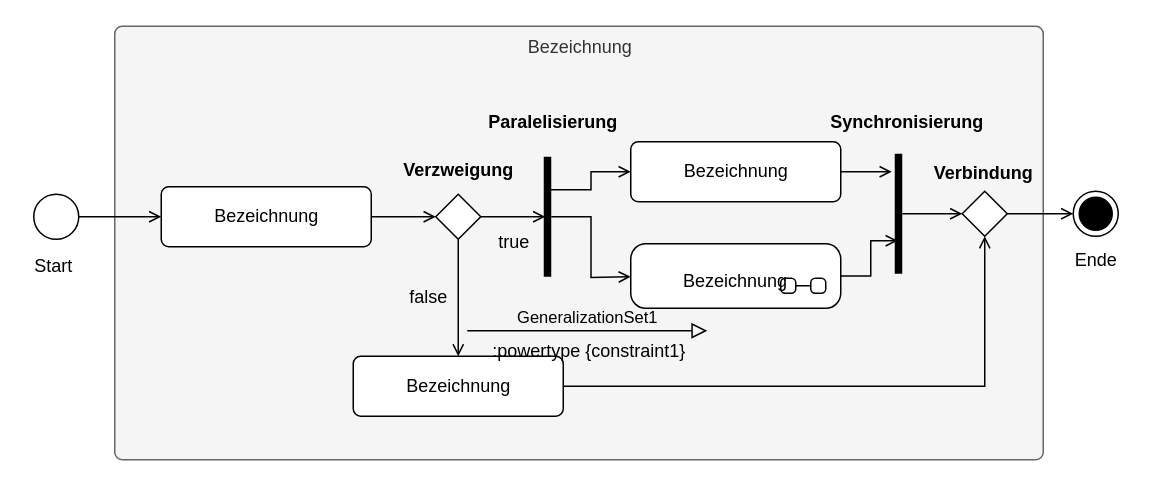
HerrLoesch/UMLite keeps this draw.io diagram as page "Darstellungselement" (1 of 2) of images/rawimages/Aktivitätsdiagramm.drawio. Above is the earlier version. Source tidied: cells renumbered, new cells numbered last; positions are measured from the earlier drawing's top-left corner, leaving out a move shared by most shapes. Both pictures are drawn from the tidied source at 150%, with x=0, y=0 at pixel (26, 26).
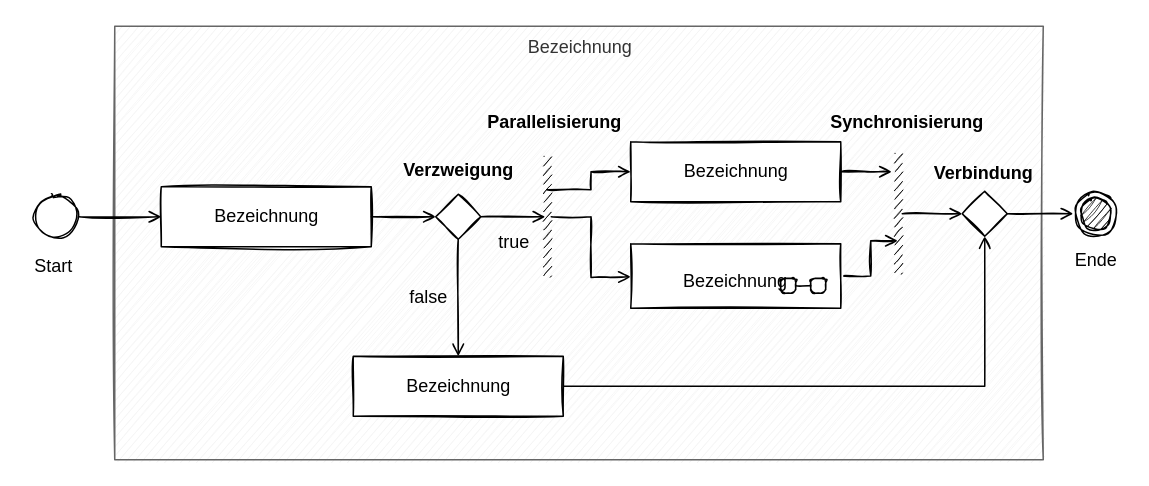
Above is the later version.

Diff of the diagram source:
```diff
@@
-    <mxCell id="2" value="Bezeichnung" style="html=1;align=center;verticalAlign=top;rounded=1;absoluteArcSize=1;arcSize=10;dashed=0;fillColor=#f5f5f5;strokeColor=#666666;fontColor=#333333;" parent="1" vertex="1">
+    <mxCell id="2" value="Bezeichnung" style="html=1;align=center;verticalAlign=top;rounded=0;absoluteArcSize=1;arcSize=10;dashed=0;fillColor=#f5f5f5;strokeColor=#666666;fontColor=#333333;sketch=1;" parent="1" vertex="1">
       <mxGeometry x="59" width="619" height="289" as="geometry" />
     </mxCell>
-    <mxCell id="3" style="edgeStyle=orthogonalEdgeStyle;rounded=0;jettySize=auto;html=1;endArrow=open;endFill=0;" parent="1" edge="1" source="4" target="9">
+    <mxCell id="3" style="edgeStyle=orthogonalEdgeStyle;rounded=0;jettySize=auto;html=1;endArrow=open;endFill=0;sketch=1;" parent="1" edge="1" source="4" target="9">
       <mxGeometry relative="1" as="geometry" />
     </mxCell>
-    <mxCell id="4" style="ellipse;fillColor=#ffffff;strokeColor=#000000;" parent="1" vertex="1">
+    <mxCell id="4" style="ellipse;fillColor=#ffffff;strokeColor=#000000;sketch=1;rounded=0;" parent="1" vertex="1">
       <mxGeometry x="5" y="112" width="30" height="30" as="geometry" />
     </mxCell>
-    <mxCell id="5" value="Start" style="text;html=1;align=center;verticalAlign=middle;strokeColor=none;fillColor=none;" parent="1" vertex="1">
+    <mxCell id="5" value="Start" style="text;html=1;align=center;verticalAlign=middle;strokeColor=none;fillColor=none;sketch=1;rounded=0;" parent="1" vertex="1">
       <mxGeometry y="151" width="35" height="18" as="geometry" />
     </mxCell>
-    <mxCell id="6" style="ellipse;html=1;shape=endState;fillColor=#000000;strokeColor=#000000;" parent="1" vertex="1">
+    <mxCell id="6" style="ellipse;html=1;shape=endState;fillColor=#000000;strokeColor=#000000;sketch=1;rounded=0;" parent="1" vertex="1">
       <mxGeometry x="698" y="110" width="30" height="30" as="geometry" />
     </mxCell>
-    <mxCell id="7" value="Ende" style="text;html=1;align=center;verticalAlign=middle;strokeColor=none;fillColor=none;" parent="1" vertex="1">
+    <mxCell id="7" value="Ende" style="text;html=1;align=center;verticalAlign=middle;strokeColor=none;fillColor=none;sketch=1;rounded=0;" parent="1" vertex="1">
       <mxGeometry x="694" y="147" width="38" height="18" as="geometry" />
     </mxCell>
-    <mxCell id="8" style="edgeStyle=orthogonalEdgeStyle;rounded=0;jettySize=auto;html=1;entryX=0;entryY=0.5;entryDx=0;entryDy=0;endArrow=open;endFill=0;" parent="1" edge="1" source="9" target="14">
+    <mxCell id="8" style="edgeStyle=orthogonalEdgeStyle;rounded=0;jettySize=auto;html=1;entryX=0;entryY=0.5;entryDx=0;entryDy=0;endArrow=open;endFill=0;sketch=1;" parent="1" edge="1" source="9" target="14">
       <mxGeometry relative="1" as="geometry" />
     </mxCell>
-    <mxCell id="9" value="Bezeichnung" style="html=1;align=center;verticalAlign=middle;rounded=1;absoluteArcSize=1;arcSize=10;dashed=0;" parent="1" vertex="1">
+    <mxCell id="9" value="Bezeichnung" style="html=1;align=center;verticalAlign=middle;rounded=0;absoluteArcSize=1;arcSize=10;dashed=0;sketch=1;" parent="1" vertex="1">
       <mxGeometry x="90" y="107" width="140" height="40" as="geometry" />
     </mxCell>
-    <mxCell id="10" style="edgeStyle=orthogonalEdgeStyle;rounded=0;jettySize=auto;html=1;endArrow=open;endFill=0;" parent="1" edge="1" source="11" target="23">
+    <mxCell id="10" style="edgeStyle=orthogonalEdgeStyle;rounded=0;jettySize=auto;html=1;endArrow=open;endFill=0;sketch=1;" parent="1" edge="1" source="11" target="23">
       <mxGeometry relative="1" as="geometry" />
     </mxCell>
-    <mxCell id="11" value="Bezeichnung" style="html=1;align=center;verticalAlign=middle;rounded=1;absoluteArcSize=1;arcSize=10;dashed=0;" parent="1" vertex="1">
+    <mxCell id="11" value="Bezeichnung" style="html=1;align=center;verticalAlign=middle;rounded=0;absoluteArcSize=1;arcSize=10;dashed=0;sketch=1;" parent="1" vertex="1">
       <mxGeometry x="218" y="220" width="140" height="40" as="geometry" />
     </mxCell>
-    <mxCell id="12" style="edgeStyle=orthogonalEdgeStyle;rounded=0;jettySize=auto;html=1;endArrow=open;endFill=0;" parent="1" edge="1" source="14" target="11">
+    <mxCell id="12" style="edgeStyle=orthogonalEdgeStyle;rounded=0;jettySize=auto;html=1;endArrow=open;endFill=0;sketch=1;" parent="1" edge="1" source="14" target="11">
       <mxGeometry relative="1" as="geometry" />
     </mxCell>
-    <mxCell id="13" style="edgeStyle=orthogonalEdgeStyle;rounded=0;jettySize=auto;html=1;entryX=0.2;entryY=0.5;entryDx=0;entryDy=0;entryPerimeter=0;endArrow=open;endFill=0;" parent="1" edge="1" source="14" target="17">
+    <mxCell id="13" style="edgeStyle=orthogonalEdgeStyle;rounded=0;jettySize=auto;html=1;entryX=0.2;entryY=0.5;entryDx=0;entryDy=0;entryPerimeter=0;endArrow=open;endFill=0;sketch=1;" parent="1" edge="1" source="14" target="17">
       <mxGeometry relative="1" as="geometry" />
     </mxCell>
-    <mxCell id="14" style="rhombus;verticalAlign=middle;" parent="1" vertex="1">
+    <mxCell id="14" style="rhombus;verticalAlign=middle;sketch=1;rounded=0;" parent="1" vertex="1">
       <mxGeometry x="273" y="112" width="30" height="30" as="geometry" />
     </mxCell>
-    <mxCell id="15" style="edgeStyle=orthogonalEdgeStyle;rounded=0;jettySize=auto;html=1;entryX=0;entryY=0.5;entryDx=0;entryDy=0;endArrow=open;endFill=0;exitX=0.4;exitY=0.275;exitDx=0;exitDy=0;exitPerimeter=0;" parent="1" edge="1" source="17" target="19">
+    <mxCell id="15" style="edgeStyle=orthogonalEdgeStyle;rounded=0;jettySize=auto;html=1;entryX=0;entryY=0.5;entryDx=0;entryDy=0;endArrow=open;endFill=0;exitX=0.4;exitY=0.275;exitDx=0;exitDy=0;exitPerimeter=0;sketch=1;" parent="1" edge="1" source="17" target="19">
       <mxGeometry relative="1" as="geometry" />
     </mxCell>
-    <mxCell id="16" style="edgeStyle=orthogonalEdgeStyle;rounded=0;jettySize=auto;html=1;entryX=0;entryY=0.5;entryDx=0;entryDy=0;endArrow=open;endFill=0;" parent="1" edge="1" source="17">
+    <mxCell id="16" style="edgeStyle=orthogonalEdgeStyle;rounded=0;jettySize=auto;html=1;entryX=0;entryY=0.5;entryDx=0;entryDy=0;endArrow=open;endFill=0;sketch=1;" parent="1" edge="1" source="17">
       <mxGeometry relative="1" as="geometry">
         <mxPoint x="403" y="167" as="targetPoint" />
       </mxGeometry>
     </mxCell>
-    <mxCell id="17" style="html=1;points=[];perimeter=orthogonalPerimeter;fillColor=#000000;strokeColor=none;verticalAlign=middle;" parent="1" vertex="1">
+    <mxCell id="17" style="html=1;points=[];perimeter=orthogonalPerimeter;fillColor=#000000;strokeColor=none;verticalAlign=middle;sketch=1;rounded=0;" parent="1" vertex="1">
       <mxGeometry x="345" y="87" width="5" height="80" as="geometry" />
     </mxCell>
-    <mxCell id="18" style="edgeStyle=orthogonalEdgeStyle;rounded=0;jettySize=auto;html=1;entryX=-0.4;entryY=0.15;entryDx=0;entryDy=0;entryPerimeter=0;endArrow=open;endFill=0;" parent="1" edge="1" source="19" target="21">
+    <mxCell id="18" style="edgeStyle=orthogonalEdgeStyle;rounded=0;jettySize=auto;html=1;entryX=-0.4;entryY=0.15;entryDx=0;entryDy=0;entryPerimeter=0;endArrow=open;endFill=0;sketch=1;" parent="1" edge="1" source="19" target="21">
       <mxGeometry relative="1" as="geometry" />
     </mxCell>
-    <mxCell id="19" value="Bezeichnung" style="html=1;align=center;verticalAlign=middle;rounded=1;absoluteArcSize=1;arcSize=10;dashed=0;" parent="1" vertex="1">
+    <mxCell id="19" value="Bezeichnung" style="html=1;align=center;verticalAlign=middle;rounded=0;absoluteArcSize=1;arcSize=10;dashed=0;sketch=1;" parent="1" vertex="1">
       <mxGeometry x="403" y="77" width="140" height="40" as="geometry" />
     </mxCell>
-    <mxCell id="20" style="edgeStyle=orthogonalEdgeStyle;rounded=0;jettySize=auto;html=1;entryX=0;entryY=0.5;entryDx=0;entryDy=0;endArrow=open;endFill=0;" parent="1" edge="1" source="21" target="23">
+    <mxCell id="20" style="edgeStyle=orthogonalEdgeStyle;rounded=0;jettySize=auto;html=1;entryX=0;entryY=0.5;entryDx=0;entryDy=0;endArrow=open;endFill=0;sketch=1;" parent="1" edge="1" source="21" target="23">
       <mxGeometry relative="1" as="geometry" />
     </mxCell>
-    <mxCell id="21" style="html=1;points=[];perimeter=orthogonalPerimeter;fillColor=#000000;strokeColor=none;verticalAlign=middle;" parent="1" vertex="1">
+    <mxCell id="21" style="html=1;points=[];perimeter=orthogonalPerimeter;fillColor=#000000;strokeColor=none;verticalAlign=middle;sketch=1;rounded=0;" parent="1" vertex="1">
       <mxGeometry x="579" y="85" width="5" height="80" as="geometry" />
     </mxCell>
-    <mxCell id="22" style="edgeStyle=orthogonalEdgeStyle;rounded=0;jettySize=auto;html=1;entryX=0;entryY=0.5;entryDx=0;entryDy=0;endArrow=open;endFill=0;" parent="1" edge="1" source="23" target="6">
+    <mxCell id="22" style="edgeStyle=orthogonalEdgeStyle;rounded=0;jettySize=auto;html=1;entryX=0;entryY=0.5;entryDx=0;entryDy=0;endArrow=open;endFill=0;sketch=1;" parent="1" edge="1" source="23" target="6">
       <mxGeometry relative="1" as="geometry" />
     </mxCell>
-    <mxCell id="23" style="rhombus;verticalAlign=middle;" parent="1" vertex="1">
+    <mxCell id="23" style="rhombus;verticalAlign=middle;sketch=1;rounded=0;" parent="1" vertex="1">
       <mxGeometry x="624" y="110" width="30" height="30" as="geometry" />
     </mxCell>
-    <mxCell id="24" style="edgeStyle=orthogonalEdgeStyle;rounded=0;jettySize=auto;html=1;entryX=0.4;entryY=0.725;entryDx=0;entryDy=0;entryPerimeter=0;endArrow=open;endFill=0;" parent="1" edge="1" source="25" target="21">
+    <mxCell id="24" style="edgeStyle=orthogonalEdgeStyle;rounded=0;jettySize=auto;html=1;entryX=0.4;entryY=0.725;entryDx=0;entryDy=0;entryPerimeter=0;endArrow=open;endFill=0;sketch=1;" parent="1" edge="1" source="25" target="21">
       <mxGeometry relative="1" as="geometry" />
     </mxCell>
-    <mxCell id="25" value="Bezeichnung" style="shape=umlState;rounded=1;verticalAlign=middle;spacingTop=5;umlStateSymbol=collapseState;absoluteArcSize=1;arcSize=10;" parent="1" vertex="1">
+    <mxCell id="25" value="Bezeichnung" style="shape=umlState;rounded=0;verticalAlign=middle;spacingTop=5;umlStateSymbol=collapseState;absoluteArcSize=1;arcSize=10;sketch=1;" parent="1" vertex="1">
       <mxGeometry x="403" y="145" width="140" height="43" as="geometry" />
     </mxCell>
-    <mxCell id="26" value="false" style="text;html=1;align=center;verticalAlign=middle;strokeColor=none;fillColor=none;" parent="1" vertex="1">
+    <mxCell id="26" value="false" style="text;html=1;align=center;verticalAlign=middle;strokeColor=none;fillColor=none;sketch=1;rounded=0;" parent="1" vertex="1">
       <mxGeometry x="250" y="172" width="35" height="18" as="geometry" />
     </mxCell>
-    <mxCell id="27" value="true" style="text;html=1;align=center;verticalAlign=middle;strokeColor=none;fillColor=none;" parent="1" vertex="1">
+    <mxCell id="27" value="true" style="text;html=1;align=center;verticalAlign=middle;strokeColor=none;fillColor=none;sketch=1;rounded=0;" parent="1" vertex="1">
       <mxGeometry x="309" y="135" width="31" height="18" as="geometry" />
     </mxCell>
-    <mxCell id="28" value="Verzweigung" style="text;html=1;align=center;verticalAlign=middle;strokeColor=none;fillColor=none;fontStyle=1;" parent="1" vertex="1">
+    <mxCell id="28" value="Verzweigung" style="text;html=1;align=center;verticalAlign=middle;strokeColor=none;fillColor=none;fontStyle=1;sketch=1;rounded=0;" parent="1" vertex="1">
       <mxGeometry x="246.5" y="87" width="83" height="18" as="geometry" />
     </mxCell>
-    <mxCell id="29" value="Paralelisierung" style="text;html=1;align=center;verticalAlign=middle;strokeColor=none;fillColor=none;fontStyle=1;" parent="1" vertex="1">
-      <mxGeometry x="303" y="55" width="96" height="18" as="geometry" />
+    <mxCell id="29" value="Parallelisierung" style="text;html=1;align=center;verticalAlign=middle;strokeColor=none;fillColor=none;fontStyle=1;sketch=1;rounded=0;" parent="1" vertex="1">
+      <mxGeometry x="302" y="55" width="99" height="18" as="geometry" />
     </mxCell>
-    <mxCell id="30" value="Synchronisierung" style="text;html=1;align=center;verticalAlign=middle;strokeColor=none;fillColor=none;fontStyle=1;" parent="1" vertex="1">
+    <mxCell id="30" value="Synchronisierung" style="text;html=1;align=center;verticalAlign=middle;strokeColor=none;fillColor=none;fontStyle=1;sketch=1;rounded=0;" parent="1" vertex="1">
       <mxGeometry x="531" y="55" width="112" height="18" as="geometry" />
     </mxCell>
-    <mxCell id="31" value="Verbindung" style="text;html=1;align=center;verticalAlign=middle;strokeColor=none;fillColor=none;fontStyle=1;" parent="1" vertex="1">
+    <mxCell id="31" value="Verbindung" style="text;html=1;align=center;verticalAlign=middle;strokeColor=none;fillColor=none;fontStyle=1;sketch=1;rounded=0;" parent="1" vertex="1">
       <mxGeometry x="600" y="89" width="76" height="18" as="geometry" />
     </mxCell>
-    <mxCell id="32" value="GeneralizationSet1" style="endArrow=block;html=1;rounded=0;align=center;verticalAlign=bottom;endFill=0;labelBackgroundColor=none;endSize=8;edgeStyle=orthogonalEdgeStyle;" parent="1" edge="1">
-      <mxGeometry relative="1" as="geometry">
-        <mxPoint x="294" y="203" as="sourcePoint" />
-        <mxPoint x="454" y="203" as="targetPoint" />
-      </mxGeometry>
-    </mxCell>
-    <mxCell id="33" value=":powertype {constraint1}" style="html=1;align=center;verticalAlign=top;labelBackgroundColor=none;" parent="32" vertex="1">
-      <mxGeometry relative="1" as="geometry" />
-    </mxCell>
```
